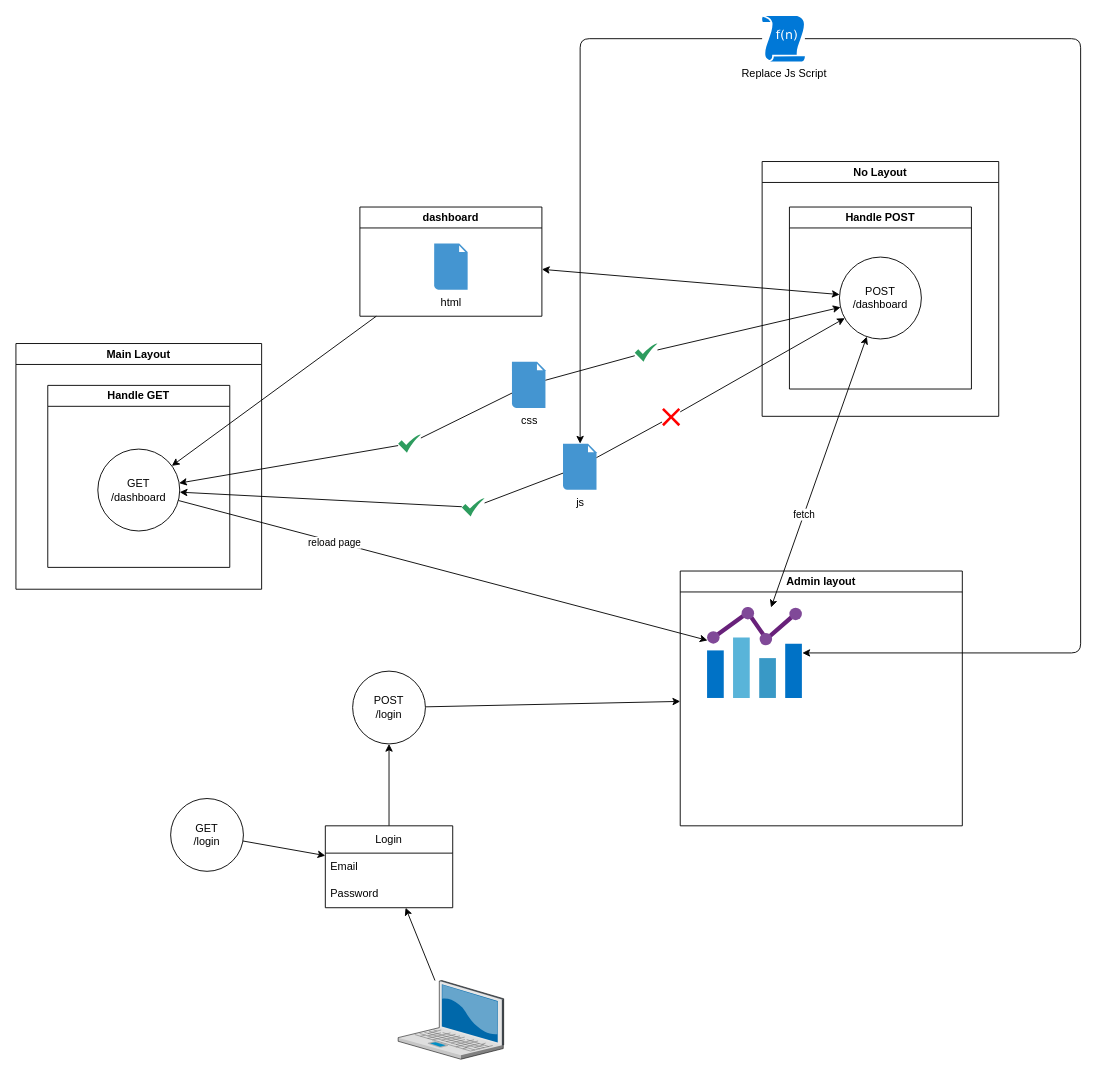
Above: public/drawio/flow.drawio in DoHuy5360/BE_intern_node (draw.io), before the change. Source tidied: cells renumbered, new cells numbered last; positions are measured from the earlier drawing's top-left corner, leaving out a move shared by most shapes. Both pictures are drawn from the tidied source at 91%, with x=0, y=0 at pixel (15, 15).
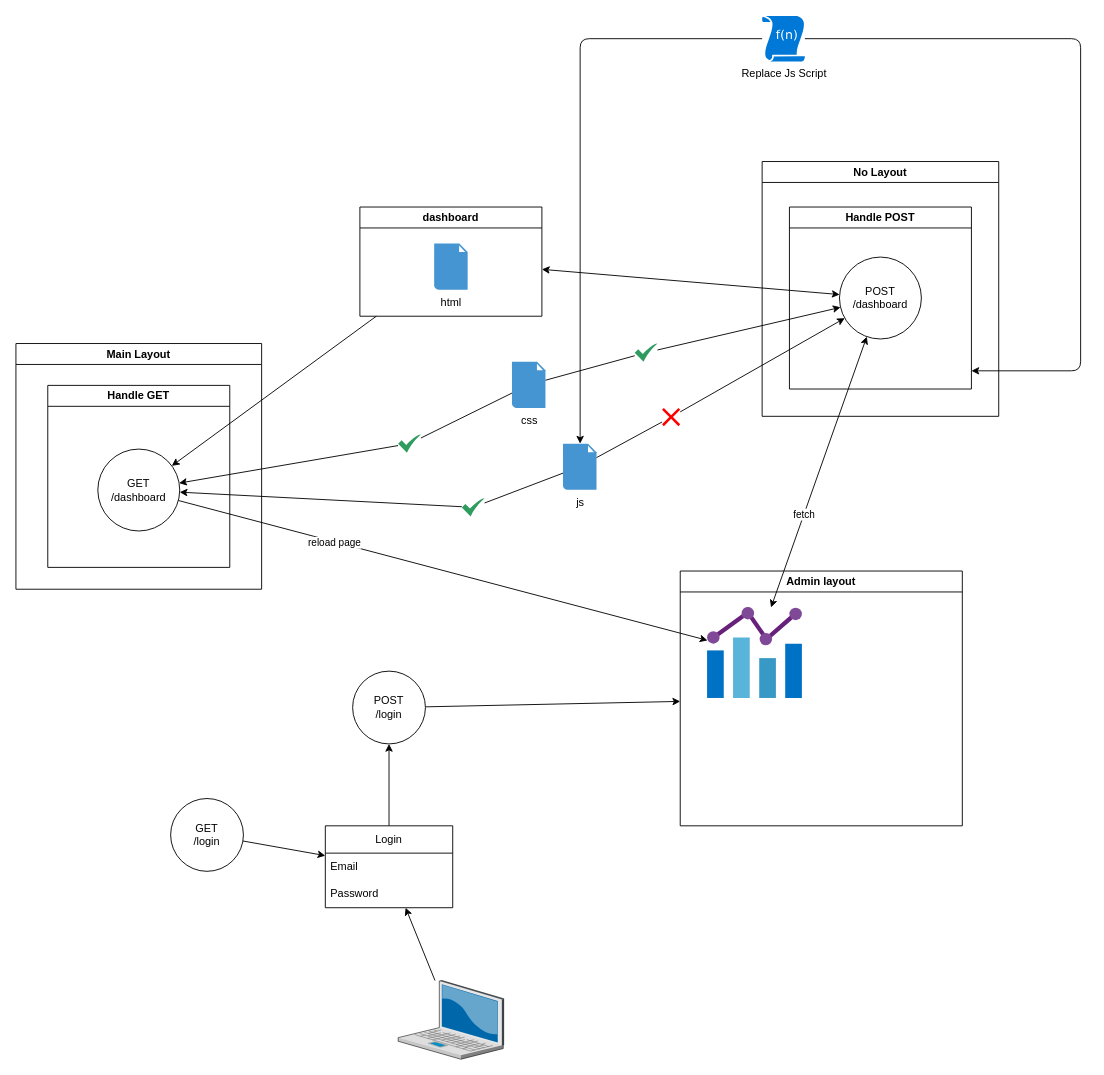
After the change.

Unchanged cells that the change refers to:
```xml
<mxCell id="7" style="sketch=0;html=1;points=[];align=center;image;fontSize=12;image=img/lib/mscae/Chart.svg;" parent="6" vertex="1">
  <mxGeometry x="30" y="40" width="104.2" height="100" as="geometry" />
</mxCell>
<mxCell id="38" value="Replace Js Script" style="sketch=0;shadow=0;dashed=0;html=1;strokeColor=none;labelPosition=center;verticalLabelPosition=bottom;verticalAlign=top;align=center;shape=mxgraph.mscae.enterprise.udf_function;fillColor=#0078D7;" parent="1" vertex="1">
  <mxGeometry x="820" width="47" height="50" as="geometry" />
</mxCell>
<mxCell id="43" value="Handle POST" style="swimlane;whiteSpace=wrap;html=1;" parent="42" vertex="1">
  <mxGeometry x="30" y="50" width="200" height="200" as="geometry" />
</mxCell>
```

Change to the diagram source:
```diff
@@
-    <mxCell id="37" style="edgeStyle=elbowEdgeStyle;html=1;startArrow=none;startFill=0;endArrow=classic;endFill=1;" parent="1" edge="1" source="38" target="7">
+    <mxCell id="37" style="edgeStyle=elbowEdgeStyle;html=1;startArrow=none;startFill=0;endArrow=classic;endFill=1;" parent="1" edge="1" source="38" target="43">
       <mxGeometry relative="1" as="geometry">
         <Array as="points">
           <mxPoint x="1170" y="390" />
         </Array>
       </mxGeometry>
     </mxCell>
```
